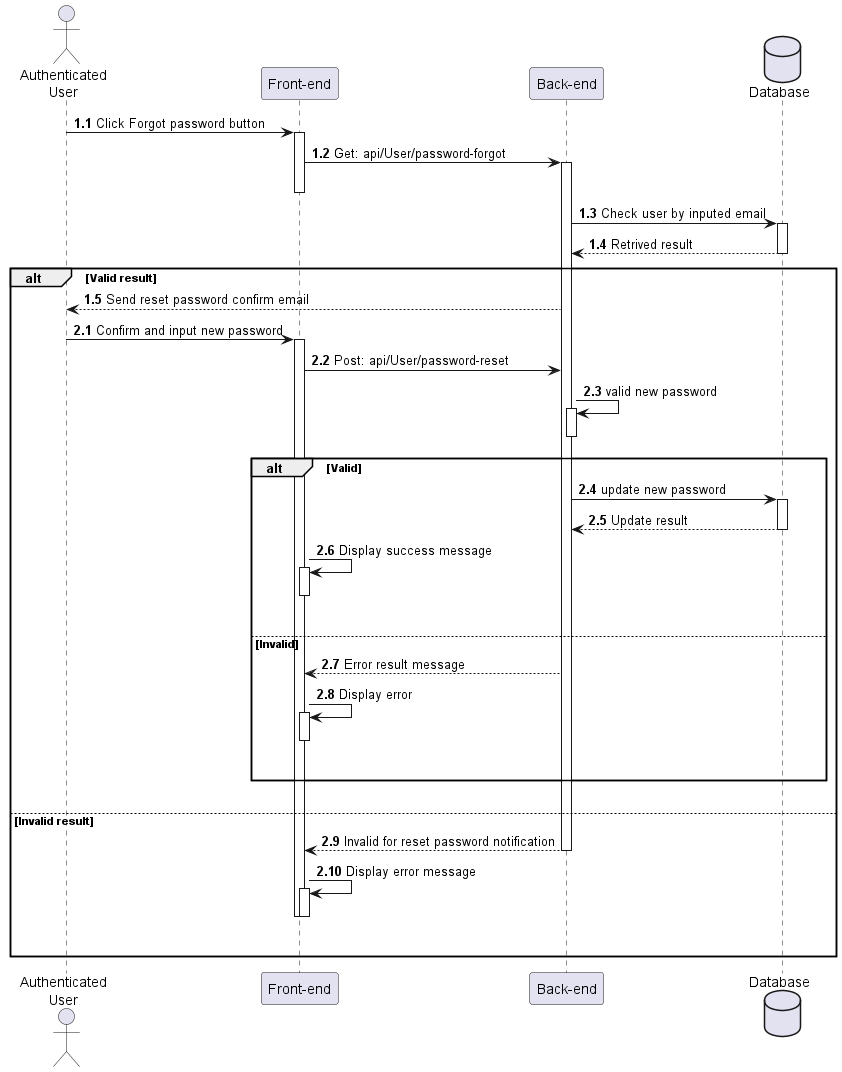
Above: out/Sequences_diagrams/ForgotPassword/ForgotPassword.png in HTPhong-276/iCoaching-Diagrams (PlantUML), before the change. Source of this version:
```plantuml
@startuml ForgotPassword

actor "Authenticated\nUser" as user
participant "Front-end" as client
participant "Back-end" as server
database "Database" as db

autonumber 1.1 "<b>0:"

user -> client++ : Click Forgot password button
client -> server++ : Get: api/User/password-forgot
deactivate client
server -> db++ : Check user by inputed email
db --> server : Retrived result
deactivate db

alt Valid result
    server --> user : Send reset password confirm email
    autonumber inc A
    user -> client++ : Confirm and input new password
    client -> server : Post: api/User/password-reset
    server -> server++ : valid new password
    deactivate server

    alt Valid
        server -> db++ : update new password
        db --> server : Update result
        deactivate db
        client -> client++ : Display success message
        deactivate client
        |||
    else Invalid
        server --> client : Error result message
        client -> client++ : Display error
        deactivate client
        |||
    end
    |||

else Invalid result
    server --> client : Invalid for reset password notification
    deactivate server
    client -> client++ : Display error message
    deactivate client
    deactivate client
    |||
end

@enduml
```
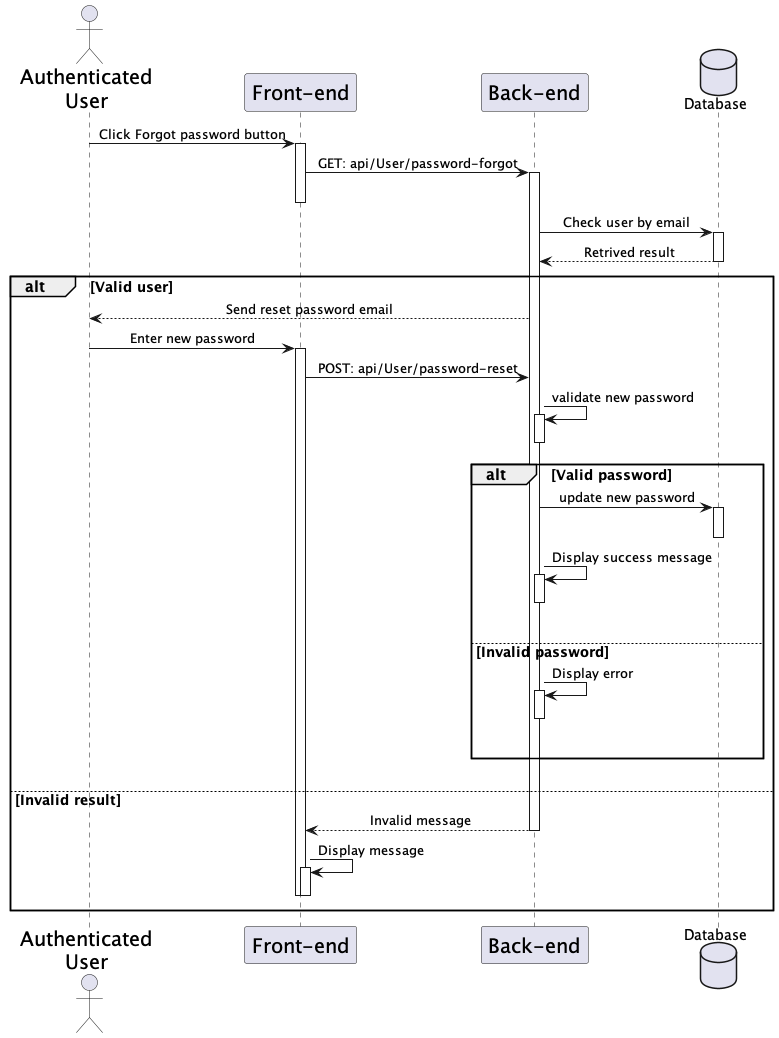
The same diagram one commit later.

What changed in the source:
```diff
@@ -1,49 +1,52 @@
 @startuml ForgotPassword
-
+skinparam sequenceMessageAlign center
+skinparam sequenceGroupFontSize 14
+skinparam sequenceGroupHeaderFontSize 15
+skinparam sequence {
+    ParticipantFontSize 20
+    ActorFontSize 20
+    DatabaseFontSize 20
+    SequenceMessageFontSize 30
+}
 actor "Authenticated\nUser" as user
 participant "Front-end" as client
 participant "Back-end" as server
 database "Database" as db
 
-autonumber 1.1 "<b>0:"
 
 user -> client++ : Click Forgot password button
-client -> server++ : Get: api/User/password-forgot
+client -> server++ : GET: api/User/password-forgot
 deactivate client
-server -> db++ : Check user by inputed email
+server -> db++ : Check user by email
 db --> server : Retrived result
 deactivate db
 
-alt Valid result
-    server --> user : Send reset password confirm email
-    autonumber inc A
-    user -> client++ : Confirm and input new password
-    client -> server : Post: api/User/password-reset
-    server -> server++ : valid new password
+alt Valid user
+    server --> user : Send reset password email
+    user -> client++ : Enter new password
+    client -> server : POST: api/User/password-reset
+    server -> server++ : validate new password
     deactivate server
 
-    alt Valid
+    alt Valid password
         server -> db++ : update new password
-        db --> server : Update result
         deactivate db
-        client -> client++ : Display success message
-        deactivate client
+        server -> server++ : Display success message
+        deactivate
         |||
-    else Invalid
-        server --> client : Error result message
-        client -> client++ : Display error
-        deactivate client
+    else Invalid password
+        server -> server++ : Display error
+        deactivate
         |||
     end
     |||
 
 else Invalid result
-    server --> client : Invalid for reset password notification
+    server --> client : Invalid message
     deactivate server
-    client -> client++ : Display error message
+    client -> client++ : Display message
     deactivate client
     deactivate client
-    |||
 end
 
 @enduml
```
